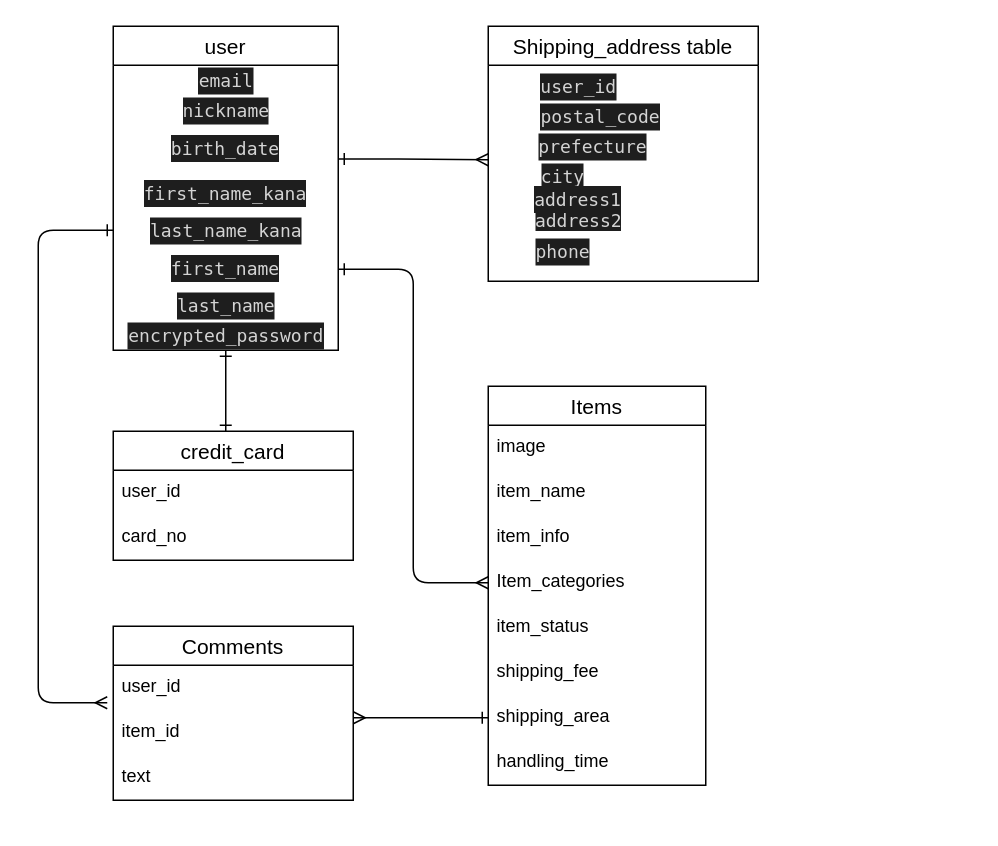
The draw.io diagram furima.dio in KAMEchan01/furima-37271, before the edit. Source tidied: cells renumbered, new cells numbered last; positions are measured from the earlier drawing's top-left corner, leaving out a move shared by most shapes. Both pictures are drawn from the tidied source at 150%, with x=0, y=0 at pixel (-38, 26).
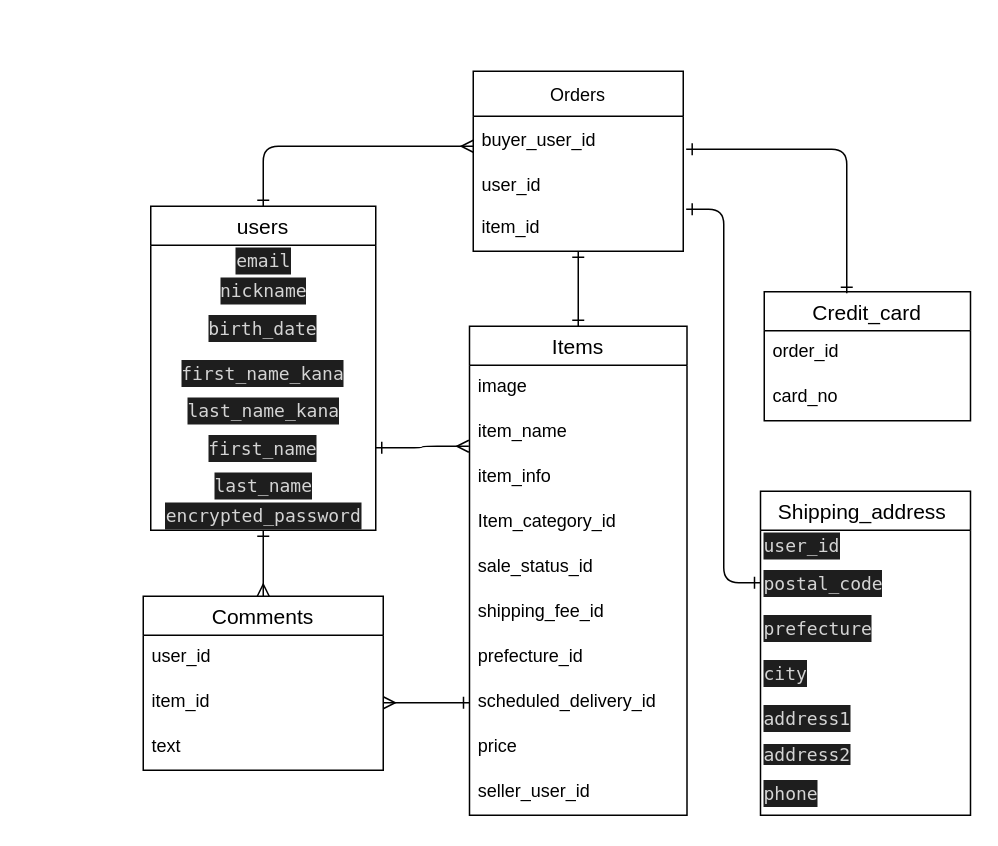
The same diagram, later.

Unchanged cells that the change refers to:
```xml
<mxCell id="6" value="&lt;div style=&quot;color: rgb(212 , 212 , 212) ; background-color: rgb(30 , 30 , 30) ; font-family: &amp;#34;menlo&amp;#34; , &amp;#34;monaco&amp;#34; , &amp;#34;courier new&amp;#34; , monospace ; line-height: 18px&quot;&gt;birth_date&lt;/div&gt;" style="text;html=1;strokeColor=none;fillColor=none;align=center;verticalAlign=middle;whiteSpace=wrap;rounded=0;" parent="3" vertex="1">
  <mxGeometry y="66" width="150" height="30" as="geometry" />
</mxCell>
<mxCell id="8" value="&lt;div style=&quot;color: rgb(212 , 212 , 212) ; background-color: rgb(30 , 30 , 30) ; font-family: &amp;#34;menlo&amp;#34; , &amp;#34;monaco&amp;#34; , &amp;#34;courier new&amp;#34; , monospace ; line-height: 18px&quot;&gt;last_name_kana&lt;/div&gt;" style="text;html=1;align=center;verticalAlign=middle;points=[];strokeColor=none;fillColor=none;" parent="3" vertex="1">
  <mxGeometry y="126" width="150" height="20" as="geometry" />
</mxCell>
<mxCell id="9" value="&lt;div style=&quot;color: rgb(212 , 212 , 212) ; background-color: rgb(30 , 30 , 30) ; font-family: &amp;#34;menlo&amp;#34; , &amp;#34;monaco&amp;#34; , &amp;#34;courier new&amp;#34; , monospace ; line-height: 18px&quot;&gt;first_name&lt;/div&gt;" style="text;html=1;strokeColor=none;fillColor=none;align=center;verticalAlign=middle;whiteSpace=wrap;rounded=0;" parent="3" vertex="1">
  <mxGeometry y="146" width="150" height="30" as="geometry" />
</mxCell>
<mxCell id="11" value="&lt;div style=&quot;color: rgb(212 , 212 , 212) ; background-color: rgb(30 , 30 , 30) ; font-family: &amp;#34;menlo&amp;#34; , &amp;#34;monaco&amp;#34; , &amp;#34;courier new&amp;#34; , monospace ; line-height: 18px&quot;&gt;encrypted_password&lt;/div&gt;" style="text;html=1;align=center;verticalAlign=middle;points=[];strokeColor=none;fillColor=none;" parent="3" vertex="1">
  <mxGeometry y="196" width="150" height="20" as="geometry" />
</mxCell>
<mxCell id="26" value=" item_name" style="text;strokeColor=none;fillColor=none;spacingLeft=4;spacingRight=4;overflow=hidden;points=[[0,0.5],[1,0.5]];portConstraint=eastwest;fontSize=12;" parent="24" vertex="1">
  <mxGeometry y="56" width="145" height="30" as="geometry" />
</mxCell>
<mxCell id="34" value="user_id" style="text;strokeColor=none;fillColor=none;spacingLeft=4;spacingRight=4;overflow=hidden;points=[[0,0.5],[1,0.5]];portConstraint=eastwest;fontSize=12;" parent="33" vertex="1">
  <mxGeometry y="26" width="160" height="30" as="geometry" />
</mxCell>
<mxCell id="35" value="item_id" style="text;strokeColor=none;fillColor=none;spacingLeft=4;spacingRight=4;overflow=hidden;points=[[0,0.5],[1,0.5]];portConstraint=eastwest;fontSize=12;" parent="33" vertex="1">
  <mxGeometry y="56" width="160" height="30" as="geometry" />
</mxCell>
```

What changed in the source:
```diff
@@
-    <mxCell id="2" style="edgeStyle=elbowEdgeStyle;html=1;exitX=1;exitY=0.75;exitDx=0;exitDy=0;entryX=0;entryY=0.5;entryDx=0;entryDy=0;startArrow=ERone;startFill=0;endArrow=ERmany;endFill=0;" parent="1" edge="1" source="3" target="28">
+    <mxCell id="2" style="edgeStyle=elbowEdgeStyle;html=1;exitX=1;exitY=0.5;exitDx=0;exitDy=0;entryX=-0.003;entryY=0.8;entryDx=0;entryDy=0;startArrow=ERone;startFill=0;endArrow=ERmany;endFill=0;entryPerimeter=0;" parent="1" edge="1" source="9" target="26">
       <mxGeometry relative="1" as="geometry" />
     </mxCell>
+    <mxCell id="40" style="edgeStyle=elbowEdgeStyle;html=1;entryX=0.5;entryY=0;entryDx=0;entryDy=0;startArrow=ERone;startFill=0;endArrow=ERmany;endFill=0;" parent="1" edge="1" source="3" target="33">
+      <mxGeometry relative="1" as="geometry" />
+    </mxCell>
-    <mxCell id="3" value="user" style="swimlane;fontStyle=0;horizontal=1;startSize=26;align=center;fontSize=14;" parent="1" vertex="1">
-      <mxGeometry x="100" width="150" height="216" as="geometry" />
+    <mxCell id="3" value="users" style="swimlane;fontStyle=0;horizontal=1;startSize=26;align=center;fontSize=14;" parent="1" vertex="1">
+      <mxGeometry x="125" y="120" width="150" height="216" as="geometry" />
     </mxCell>
@@
-    <mxCell id="12" style="edgeStyle=elbowEdgeStyle;html=1;startArrow=ERone;startFill=0;endArrow=ERmany;endFill=0;entryX=-0.025;entryY=0.833;entryDx=0;entryDy=0;entryPerimeter=0;" parent="1" edge="1" source="8" target="34">
-      <mxGeometry relative="1" as="geometry">
-        <Array as="points">
-          <mxPoint x="50" y="310" />
-          <mxPoint y="340" />
-        </Array>
-      </mxGeometry>
-    </mxCell>
-    <mxCell id="13" value="Shipping_address table" style="swimlane;fontStyle=0;horizontal=1;startSize=26;align=center;fontSize=14;" parent="1" vertex="1">
-      <mxGeometry x="350" width="180" height="170" as="geometry" />
+    <mxCell id="13" value="Shipping_address " style="swimlane;fontStyle=0;horizontal=1;startSize=26;align=center;fontSize=14;" parent="1" vertex="1">
+      <mxGeometry x="531.5" y="310" width="140" height="216" as="geometry" />
     </mxCell>
+    <mxCell id="15" value="&lt;div style=&quot;color: rgb(212 , 212 , 212) ; background-color: rgb(30 , 30 , 30) ; font-family: &amp;quot;menlo&amp;quot; , &amp;quot;monaco&amp;quot; , &amp;quot;courier new&amp;quot; , monospace ; line-height: 18px&quot;&gt;user_id&lt;/div&gt;" style="text;html=1;align=left;verticalAlign=middle;strokeColor=none;fillColor=none;rotation=0;" parent="13" vertex="1">
+      <mxGeometry y="26" width="140" height="20" as="geometry" />
+    </mxCell>
-    <mxCell id="14" value="&lt;div style=&quot;color: rgb(212 , 212 , 212) ; background-color: rgb(30 , 30 , 30) ; font-family: &amp;#34;menlo&amp;#34; , &amp;#34;monaco&amp;#34; , &amp;#34;courier new&amp;#34; , monospace ; line-height: 18px&quot;&gt;postal_code&lt;/div&gt;" style="text;html=1;strokeColor=none;fillColor=none;align=center;verticalAlign=middle;whiteSpace=wrap;rounded=0;" parent="1" vertex="1">
-      <mxGeometry x="330" y="45" width="190" height="30" as="geometry" />
+    <mxCell id="14" value="&lt;div style=&quot;color: rgb(212 , 212 , 212) ; background-color: rgb(30 , 30 , 30) ; font-family: &amp;quot;menlo&amp;quot; , &amp;quot;monaco&amp;quot; , &amp;quot;courier new&amp;quot; , monospace ; line-height: 18px&quot;&gt;postal_code&lt;/div&gt;" style="text;html=1;strokeColor=none;fillColor=none;align=left;verticalAlign=middle;whiteSpace=wrap;rounded=0;" parent="13" vertex="1">
+      <mxGeometry y="46" width="140" height="30" as="geometry" />
     </mxCell>
-    <mxCell id="15" value="&lt;div style=&quot;color: rgb(212 , 212 , 212) ; background-color: rgb(30 , 30 , 30) ; font-family: &amp;#34;menlo&amp;#34; , &amp;#34;monaco&amp;#34; , &amp;#34;courier new&amp;#34; , monospace ; line-height: 18px&quot;&gt;user_id&lt;/div&gt;" style="text;html=1;align=center;verticalAlign=middle;strokeColor=none;fillColor=none;rotation=0;" parent="1" vertex="1">
-      <mxGeometry x="310" y="30" width="200" height="20" as="geometry" />
-    </mxCell>
-    <mxCell id="16" value="&lt;div style=&quot;color: rgb(212 , 212 , 212) ; background-color: rgb(30 , 30 , 30) ; font-family: &amp;#34;menlo&amp;#34; , &amp;#34;monaco&amp;#34; , &amp;#34;courier new&amp;#34; , monospace ; line-height: 18px&quot;&gt;prefecture &lt;/div&gt;" style="text;html=1;strokeColor=none;fillColor=none;align=center;verticalAlign=middle;whiteSpace=wrap;rounded=0;" parent="1" vertex="1">
-      <mxGeometry x="390" y="65" width="60" height="30" as="geometry" />
+    <mxCell id="16" value="&lt;div style=&quot;color: rgb(212 , 212 , 212) ; background-color: rgb(30 , 30 , 30) ; font-family: &amp;quot;menlo&amp;quot; , &amp;quot;monaco&amp;quot; , &amp;quot;courier new&amp;quot; , monospace ; line-height: 18px&quot;&gt;prefecture &lt;/div&gt;" style="text;html=1;strokeColor=none;fillColor=none;align=left;verticalAlign=middle;whiteSpace=wrap;rounded=0;" parent="13" vertex="1">
+      <mxGeometry y="76" width="140" height="30" as="geometry" />
     </mxCell>
-    <mxCell id="17" value="&lt;div style=&quot;color: rgb(212 , 212 , 212) ; background-color: rgb(30 , 30 , 30) ; font-family: &amp;#34;menlo&amp;#34; , &amp;#34;monaco&amp;#34; , &amp;#34;courier new&amp;#34; , monospace ; line-height: 18px&quot;&gt;city&lt;/div&gt;" style="text;html=1;strokeColor=none;fillColor=none;align=center;verticalAlign=middle;whiteSpace=wrap;rounded=0;" parent="1" vertex="1">
-      <mxGeometry x="370" y="85" width="60" height="30" as="geometry" />
+    <mxCell id="17" value="&lt;div style=&quot;color: rgb(212 , 212 , 212) ; background-color: rgb(30 , 30 , 30) ; font-family: &amp;quot;menlo&amp;quot; , &amp;quot;monaco&amp;quot; , &amp;quot;courier new&amp;quot; , monospace ; line-height: 18px&quot;&gt;city&lt;/div&gt;" style="text;html=1;strokeColor=none;fillColor=none;align=left;verticalAlign=middle;whiteSpace=wrap;rounded=0;" parent="13" vertex="1">
+      <mxGeometry y="106" width="140" height="30" as="geometry" />
     </mxCell>
-    <mxCell id="18" value="&lt;div style=&quot;color: rgb(212 , 212 , 212) ; background-color: rgb(30 , 30 , 30) ; font-family: &amp;#34;menlo&amp;#34; , &amp;#34;monaco&amp;#34; , &amp;#34;courier new&amp;#34; , monospace ; line-height: 18px&quot;&gt;address1&lt;/div&gt;" style="text;html=1;strokeColor=none;fillColor=none;align=center;verticalAlign=middle;whiteSpace=wrap;rounded=0;" parent="1" vertex="1">
-      <mxGeometry x="380" y="100" width="60" height="30" as="geometry" />
+    <mxCell id="18" value="&lt;div style=&quot;color: rgb(212 , 212 , 212) ; background-color: rgb(30 , 30 , 30) ; font-family: &amp;quot;menlo&amp;quot; , &amp;quot;monaco&amp;quot; , &amp;quot;courier new&amp;quot; , monospace ; line-height: 18px&quot;&gt;address1&lt;/div&gt;" style="text;html=1;strokeColor=none;fillColor=none;align=left;verticalAlign=middle;whiteSpace=wrap;rounded=0;" parent="13" vertex="1">
+      <mxGeometry y="136" width="140" height="30" as="geometry" />
     </mxCell>
-    <mxCell id="19" value="&lt;span style=&quot;background-color: rgb(30 , 30 , 30) ; color: rgb(212 , 212 , 212) ; font-family: &amp;#34;menlo&amp;#34; , &amp;#34;monaco&amp;#34; , &amp;#34;courier new&amp;#34; , monospace&quot;&gt;address2&lt;/span&gt;" style="text;html=1;align=center;verticalAlign=middle;strokeColor=none;fillColor=none;" parent="1" vertex="1">
-      <mxGeometry x="375" y="120" width="70" height="20" as="geometry" />
+    <mxCell id="19" value="&lt;span style=&quot;background-color: rgb(30 , 30 , 30) ; color: rgb(212 , 212 , 212) ; font-family: &amp;quot;menlo&amp;quot; , &amp;quot;monaco&amp;quot; , &amp;quot;courier new&amp;quot; , monospace&quot;&gt;address2&lt;/span&gt;" style="text;html=1;align=left;verticalAlign=middle;strokeColor=none;fillColor=none;" parent="13" vertex="1">
+      <mxGeometry y="166" width="140" height="20" as="geometry" />
     </mxCell>
-    <mxCell id="20" value="&lt;div style=&quot;color: rgb(212 , 212 , 212) ; background-color: rgb(30 , 30 , 30) ; font-family: &amp;#34;menlo&amp;#34; , &amp;#34;monaco&amp;#34; , &amp;#34;courier new&amp;#34; , monospace ; line-height: 18px&quot;&gt;phone &lt;/div&gt;" style="text;html=1;strokeColor=none;fillColor=none;align=center;verticalAlign=middle;whiteSpace=wrap;rounded=0;" parent="1" vertex="1">
-      <mxGeometry x="370" y="135" width="60" height="30" as="geometry" />
+    <mxCell id="20" value="&lt;div style=&quot;color: rgb(212 , 212 , 212) ; background-color: rgb(30 , 30 , 30) ; font-family: &amp;quot;menlo&amp;quot; , &amp;quot;monaco&amp;quot; , &amp;quot;courier new&amp;quot; , monospace ; line-height: 18px&quot;&gt;phone &lt;/div&gt;" style="text;html=1;strokeColor=none;fillColor=none;align=left;verticalAlign=middle;whiteSpace=wrap;rounded=0;" parent="13" vertex="1">
+      <mxGeometry y="186" width="140" height="30" as="geometry" />
     </mxCell>
-    <mxCell id="21" value="credit_card" style="swimlane;fontStyle=0;horizontal=1;startSize=26;align=center;fontSize=14;" parent="1" vertex="1">
-      <mxGeometry x="100" y="270" width="160" height="86" as="geometry" />
+    <mxCell id="21" value="Credit_card" style="swimlane;fontStyle=0;horizontal=1;startSize=26;align=center;fontSize=14;" parent="1" vertex="1">
+      <mxGeometry x="534" y="177" width="137.5" height="86" as="geometry" />
     </mxCell>
-    <mxCell id="22" value="user_id" style="text;strokeColor=none;fillColor=none;spacingLeft=4;spacingRight=4;overflow=hidden;fontSize=12;" parent="21" vertex="1">
-      <mxGeometry y="26" width="160" height="30" as="geometry" />
+    <mxCell id="22" value="order_id" style="text;strokeColor=none;fillColor=none;spacingLeft=4;spacingRight=4;overflow=hidden;fontSize=12;" parent="21" vertex="1">
+      <mxGeometry y="26" width="137.5" height="30" as="geometry" />
     </mxCell>
     <mxCell id="23" value="card_no" style="text;strokeColor=none;fillColor=none;spacingLeft=4;spacingRight=4;overflow=hidden;fontSize=12;" parent="21" vertex="1">
-      <mxGeometry y="56" width="160" height="30" as="geometry" />
+      <mxGeometry y="56" width="137.5" height="30" as="geometry" />
     </mxCell>
     <mxCell id="24" value="Items" style="swimlane;fontStyle=0;horizontal=1;startSize=26;align=center;fontSize=14;" parent="1" vertex="1">
-      <mxGeometry x="350" y="240" width="145" height="266" as="geometry" />
+      <mxGeometry x="337.5" y="200" width="145" height="326" as="geometry" />
     </mxCell>
@@
-    <mxCell id="28" value="Item_categories" style="text;strokeColor=none;fillColor=none;spacingLeft=4;spacingRight=4;overflow=hidden;points=[[0,0.5],[1,0.5]];portConstraint=eastwest;fontSize=12;" parent="24" vertex="1">
+    <mxCell id="28" value="Item_category_id    " style="text;strokeColor=none;fillColor=none;spacingLeft=4;spacingRight=4;overflow=hidden;points=[[0,0.5],[1,0.5]];portConstraint=eastwest;fontSize=12;" parent="24" vertex="1">
       <mxGeometry y="116" width="145" height="30" as="geometry" />
     </mxCell>
-    <mxCell id="29" value="item_status" style="text;strokeColor=none;fillColor=none;spacingLeft=4;spacingRight=4;overflow=hidden;fontSize=12;" parent="24" vertex="1">
+    <mxCell id="29" value="sale_status_id" style="text;strokeColor=none;fillColor=none;spacingLeft=4;spacingRight=4;overflow=hidden;fontSize=12;" parent="24" vertex="1">
       <mxGeometry y="146" width="145" height="30" as="geometry" />
     </mxCell>
-    <mxCell id="30" value="shipping_fee" style="text;strokeColor=none;fillColor=none;spacingLeft=4;spacingRight=4;overflow=hidden;fontSize=12;" parent="24" vertex="1">
+    <mxCell id="30" value="shipping_fee_id" style="text;strokeColor=none;fillColor=none;spacingLeft=4;spacingRight=4;overflow=hidden;fontSize=12;" parent="24" vertex="1">
       <mxGeometry y="176" width="145" height="30" as="geometry" />
     </mxCell>
-    <mxCell id="31" value="shipping_area" style="text;strokeColor=none;fillColor=none;spacingLeft=4;spacingRight=4;overflow=hidden;points=[[0,0.5],[1,0.5]];portConstraint=eastwest;fontSize=12;" parent="24" vertex="1">
+    <mxCell id="31" value="prefecture_id" style="text;strokeColor=none;fillColor=none;spacingLeft=4;spacingRight=4;overflow=hidden;points=[[0,0.5],[1,0.5]];portConstraint=eastwest;fontSize=12;" parent="24" vertex="1">
       <mxGeometry y="206" width="145" height="30" as="geometry" />
     </mxCell>
-    <mxCell id="32" value="handling_time" style="text;strokeColor=none;fillColor=none;spacingLeft=4;spacingRight=4;overflow=hidden;points=[[0,0.5],[1,0.5]];portConstraint=eastwest;fontSize=12;" parent="24" vertex="1">
+    <mxCell id="32" value="scheduled_delivery_id " style="text;strokeColor=none;fillColor=none;spacingLeft=4;spacingRight=4;overflow=hidden;points=[[0,0.5],[1,0.5]];portConstraint=eastwest;fontSize=12;" parent="24" vertex="1">
       <mxGeometry y="236" width="145" height="30" as="geometry" />
     </mxCell>
+    <mxCell id="41" value="price" style="text;strokeColor=none;fillColor=none;spacingLeft=4;spacingRight=4;overflow=hidden;fontSize=12;" parent="24" vertex="1">
+      <mxGeometry y="266" width="145" height="30" as="geometry" />
+    </mxCell>
+    <mxCell id="42" value="seller_user_id" style="text;strokeColor=none;fillColor=none;spacingLeft=4;spacingRight=4;overflow=hidden;fontSize=12;" parent="24" vertex="1">
+      <mxGeometry y="296" width="145" height="30" as="geometry" />
+    </mxCell>
     <mxCell id="33" value="Comments" style="swimlane;fontStyle=0;horizontal=1;startSize=26;align=center;fontSize=14;" parent="1" vertex="1">
-      <mxGeometry x="100" y="400" width="160" height="116" as="geometry" />
+      <mxGeometry x="120" y="380" width="160" height="116" as="geometry" />
     </mxCell>
@@
-    <mxCell id="37" style="edgeStyle=elbowEdgeStyle;html=1;startArrow=ERone;startFill=0;endArrow=ERone;endFill=0;" parent="1" edge="1" source="11" target="21">
-      <mxGeometry relative="1" as="geometry" />
-    </mxCell>
-    <mxCell id="38" style="edgeStyle=elbowEdgeStyle;html=1;exitX=1;exitY=0.75;exitDx=0;exitDy=0;startArrow=ERone;startFill=0;endArrow=ERmany;endFill=0;" parent="1" edge="1" source="6">
-      <mxGeometry relative="1" as="geometry">
-        <mxPoint x="350" y="89" as="targetPoint" />
-      </mxGeometry>
-    </mxCell>
-    <mxCell id="39" style="edgeStyle=elbowEdgeStyle;html=1;startArrow=ERone;startFill=0;endArrow=ERmany;endFill=0;" parent="1" edge="1" source="31">
+    <mxCell id="39" style="edgeStyle=elbowEdgeStyle;html=1;startArrow=ERone;startFill=0;endArrow=ERmany;endFill=0;entryX=1;entryY=0.5;entryDx=0;entryDy=0;exitX=0;exitY=0.5;exitDx=0;exitDy=0;" parent="1" edge="1" source="32" target="35">
       <mxGeometry relative="1" as="geometry">
-        <mxPoint x="260" y="461" as="targetPoint" />
+        <Array as="points">
+          <mxPoint x="320" y="451" />
+        </Array>
       </mxGeometry>
     </mxCell>
+    <mxCell id="43" style="edgeStyle=elbowEdgeStyle;html=1;startArrow=ERone;startFill=0;endArrow=ERone;endFill=0;" parent="1" edge="1" source="46">
+      <mxGeometry relative="1" as="geometry">
+        <mxPoint x="410" y="200" as="targetPoint" />
+        <Array as="points">
+          <mxPoint x="410" y="100" />
+        </Array>
+      </mxGeometry>
+    </mxCell>
+    <mxCell id="44" style="edgeStyle=elbowEdgeStyle;html=1;entryX=0;entryY=0.5;entryDx=0;entryDy=0;startArrow=ERone;startFill=0;endArrow=ERone;endFill=0;exitX=1.014;exitY=0.067;exitDx=0;exitDy=0;exitPerimeter=0;" parent="1" edge="1" source="49" target="14">
+      <mxGeometry relative="1" as="geometry" />
+    </mxCell>
+    <mxCell id="45" style="edgeStyle=elbowEdgeStyle;html=1;startArrow=ERone;startFill=0;endArrow=ERone;endFill=0;exitX=1.014;exitY=0.733;exitDx=0;exitDy=0;exitPerimeter=0;" parent="1" edge="1" source="47">
+      <mxGeometry relative="1" as="geometry">
+        <mxPoint x="589" y="178" as="targetPoint" />
+        <Array as="points">
+          <mxPoint x="589" y="130" />
+          <mxPoint x="605" y="100" />
+        </Array>
+      </mxGeometry>
+    </mxCell>
+    <mxCell id="46" value="Orders" style="swimlane;fontStyle=0;horizontal=1;startSize=30;" parent="1" vertex="1">
+      <mxGeometry x="340" y="30" width="140" height="120" as="geometry" />
+    </mxCell>
+    <mxCell id="47" value="buyer_user_id" style="text;strokeColor=none;fillColor=none;align=left;verticalAlign=middle;spacingLeft=4;spacingRight=4;overflow=hidden;points=[[0,0.5],[1,0.5]];portConstraint=eastwest;" parent="46" vertex="1">
+      <mxGeometry y="30" width="140" height="30" as="geometry" />
+    </mxCell>
+    <mxCell id="48" value="user_id" style="text;strokeColor=none;fillColor=none;align=left;verticalAlign=middle;spacingLeft=4;spacingRight=4;overflow=hidden;" parent="46" vertex="1">
+      <mxGeometry y="60" width="140" height="30" as="geometry" />
+    </mxCell>
+    <mxCell id="49" value="item_id" style="text;strokeColor=none;fillColor=none;spacingLeft=4;spacingRight=4;overflow=hidden;points=[[0,0.5],[1,0.5]];portConstraint=eastwest;fontSize=12;" parent="46" vertex="1">
+      <mxGeometry y="90" width="140" height="30" as="geometry" />
+    </mxCell>
+    <mxCell id="50" style="edgeStyle=elbowEdgeStyle;html=1;startArrow=ERone;startFill=0;endArrow=ERmany;endFill=0;exitX=0.5;exitY=0;exitDx=0;exitDy=0;" parent="1" edge="1" source="3">
+      <mxGeometry relative="1" as="geometry">
+        <mxPoint x="340" y="80" as="targetPoint" />
+        <Array as="points">
+          <mxPoint x="200" y="100" />
+          <mxPoint x="200" y="130" />
+          <mxPoint x="200" y="110" />
+        </Array>
+      </mxGeometry>
+    </mxCell>
```
